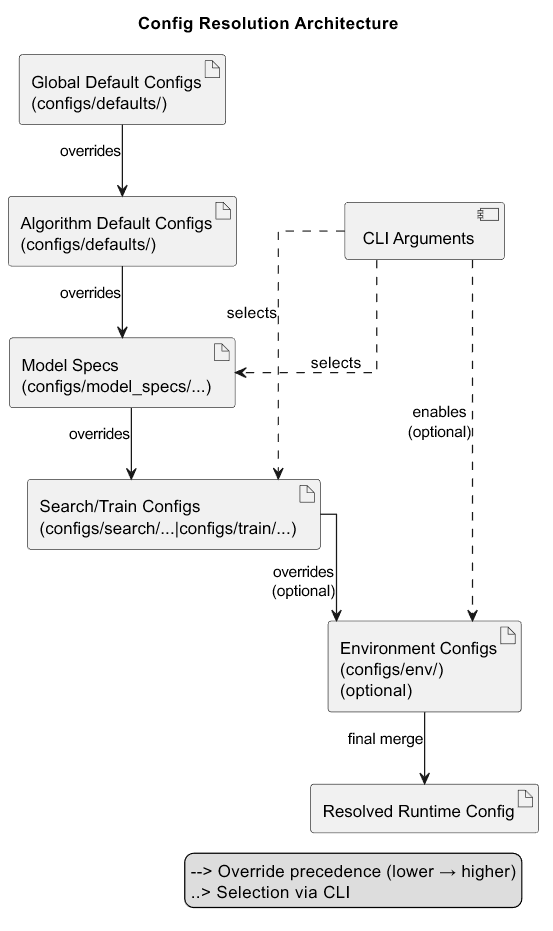
Sebastijan-Dominis/ml-workflow-engine keeps this PlantUML diagram as docs/architecture/img/config_resolution.png. Above is the earlier version. Its source is kept beside it as docs/architecture/uml/config_resolution.puml. Source of this version:
```plantuml
@startuml Config Resolution Architecture
title Config Resolution Architecture
top to bottom direction

skinparam shadowing false
skinparam linetype ortho


artifact global_cfg as "Global Default Configs\n(configs/defaults/)"
artifact algo_cfg as "Algorithm Default Configs\n(configs/defaults/)"
artifact model_spec as "Model Specs\n(configs/model_specs/...)"
artifact stage_cfg as "Search/Train Configs\n(configs/search/...|configs/train/...)"
artifact env_cfg as "Environment Configs\n(configs/env/)\n(optional)"

artifact final_cfg as "Resolved Runtime Config"


global_cfg --> algo_cfg : overrides
algo_cfg --> model_spec : overrides
model_spec --> stage_cfg : overrides
stage_cfg --> env_cfg : overrides\n(optional)
env_cfg --> final_cfg : final merge


component cli_args as "CLI Arguments"

cli_args ..> model_spec : selects
cli_args ..> stage_cfg : selects
cli_args ..> env_cfg : enables\n(optional)
cli_args-[hidden]->env_cfg
cli_args-[hidden]->env_cfg


legend right
-->   Override precedence (lower → higher)
..>   Selection via CLI
endlegend

@enduml
```
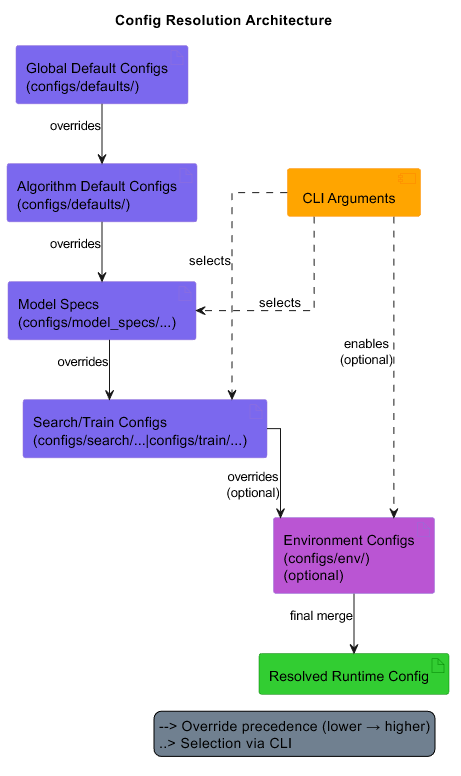
The same file after the commit.

Commit message:
Made the config resolution graph prettier; [skip ci]

The edit, as a diff of the source:
```diff
@@ -1,39 +1,62 @@
 @startuml Config Resolution Architecture
-title Config Resolution Architecture
-top to bottom direction
+    title Config Resolution Architecture
+    top to bottom direction
 
-skinparam shadowing false
-skinparam linetype ortho
+    hide stereotype
 
+    skinparam shadowing false
+    skinparam linetype ortho
 
-artifact global_cfg as "Global Default Configs\n(configs/defaults/)"
-artifact algo_cfg as "Algorithm Default Configs\n(configs/defaults/)"
-artifact model_spec as "Model Specs\n(configs/model_specs/...)"
-artifact stage_cfg as "Search/Train Configs\n(configs/search/...|configs/train/...)"
-artifact env_cfg as "Environment Configs\n(configs/env/)\n(optional)"
+    skinparam component {
+        BackgroundColor<<cli_args>> Orange
+        BorderColor<<cli_args>> DarkOrange
+    }
 
-artifact final_cfg as "Resolved Runtime Config"
+    skinparam artifact {
+        BackgroundColor<<cfg>> MediumSlateBlue
+        BorderColor<<cfg>> MediumPurple
+    }
 
+    skinparam artifact {
+        BackgroundColor<<env_cfg>> MediumOrchid
+        BorderColor<<env_cfg>> MediumPurple
+    }
 
-global_cfg --> algo_cfg : overrides
-algo_cfg --> model_spec : overrides
-model_spec --> stage_cfg : overrides
-stage_cfg --> env_cfg : overrides\n(optional)
-env_cfg --> final_cfg : final merge
+    skinparam artifact {
+        BackgroundColor<<final_cfg>> LimeGreen
+        BorderColor<<final_cfg>> Green
+    }
 
+    skinparam legend {
+        BackgroundColor SlateGrey
+        BorderColor Black
+    }
 
-component cli_args as "CLI Arguments"
+    artifact global_cfg as "Global Default Configs\n(configs/defaults/)" <<cfg>>
+    artifact algo_cfg as "Algorithm Default Configs\n(configs/defaults/)" <<cfg>>
+    artifact model_spec as "Model Specs\n(configs/model_specs/...)" <<cfg>>
+    artifact stage_cfg as "Search/Train Configs\n(configs/search/...|configs/train/...)" <<cfg>>
+    artifact env_cfg as "Environment Configs\n(configs/env/)\n(optional)" <<env_cfg>>
 
-cli_args ..> model_spec : selects
-cli_args ..> stage_cfg : selects
-cli_args ..> env_cfg : enables\n(optional)
-cli_args-[hidden]->env_cfg
-cli_args-[hidden]->env_cfg
+    artifact final_cfg as "Resolved Runtime Config" <<final_cfg>>
 
+    global_cfg --> algo_cfg : overrides
+    algo_cfg --> model_spec : overrides
+    model_spec --> stage_cfg : overrides
+    stage_cfg --> env_cfg : overrides\n(optional)
+    env_cfg --> final_cfg : final merge
 
-legend right
--->   Override precedence (lower → higher)
-..>   Selection via CLI
-endlegend
+    component cli_args as "CLI Arguments" <<cli_args>>
 
-@enduml
+    cli_args ..> model_spec : selects
+    cli_args ..> stage_cfg : selects
+    cli_args ..> env_cfg : enables\n(optional)
+    cli_args-[hidden]->env_cfg
+    cli_args-[hidden]->env_cfg
+
+    legend right
+    -->   Override precedence (lower → higher)
+    ..>   Selection via CLI
+    endlegend
+
+    @enduml
```
